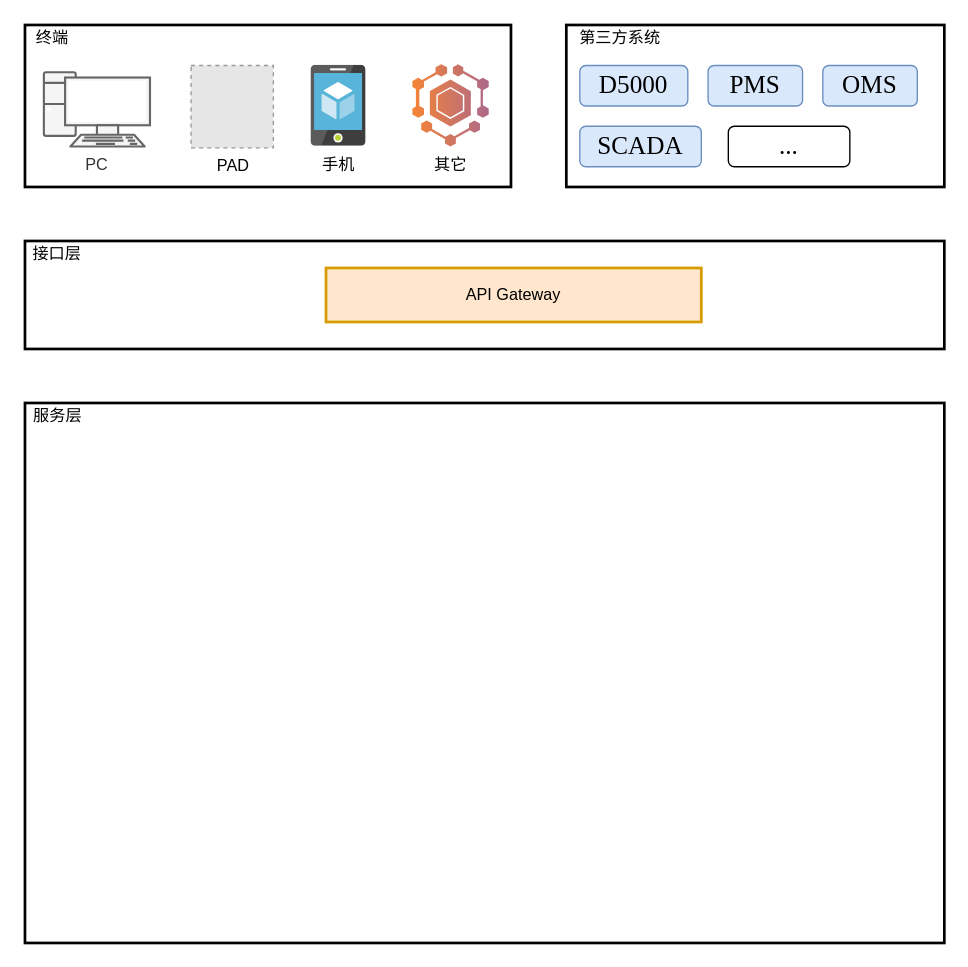
This is 易达智慧运维监控系统v2.0.drawio from wangyufei0807/draw, a draw.io file, before an edit. Source tidied: cells renumbered, new cells numbered last; positions are measured from the earlier drawing's top-left corner, leaving out a move shared by most shapes. Both pictures are drawn from the tidied source at 135%, with x=0, y=0 at pixel (24, 24). Pictures stored in the file or linked from it are replaced by grey dashed boxes.
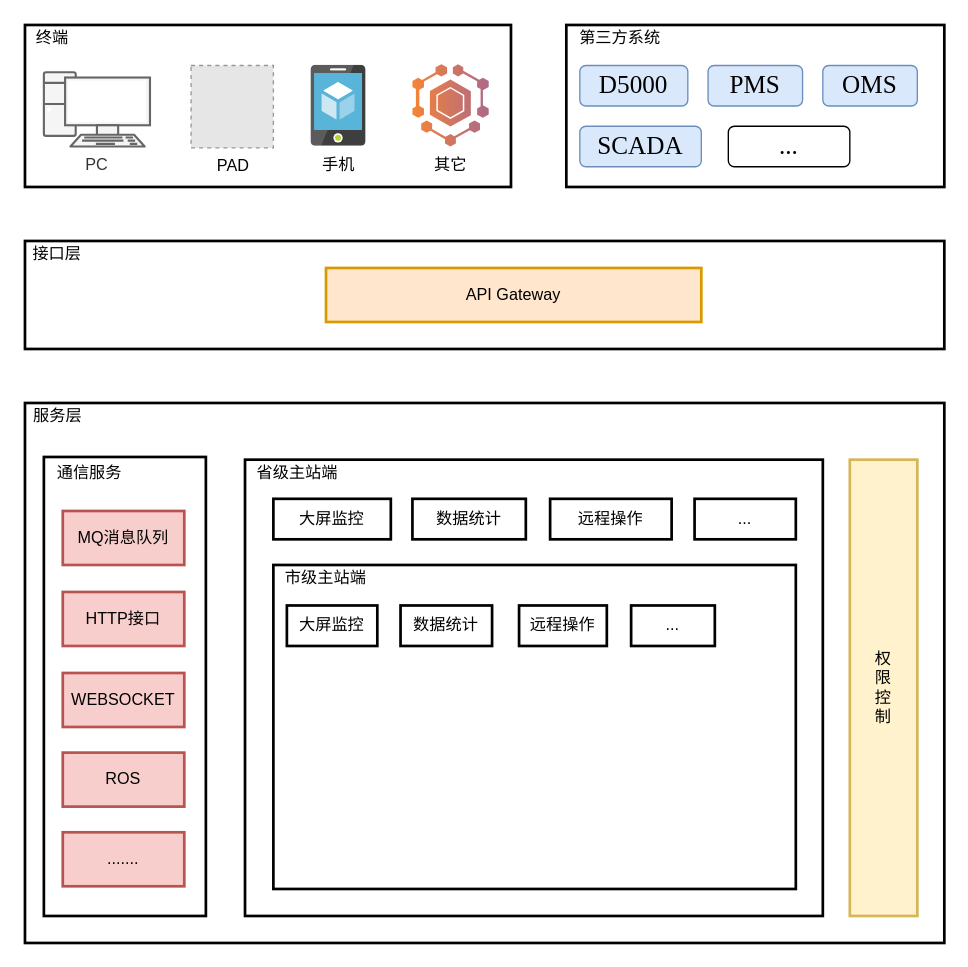
Above is the later version.

Commit message (it also covers changes not shown here):
更新易达智慧运维监控系统v2.0.drawio

Change to the diagram source:
```diff
@@
+    <mxCell id="20" style="rounded=0;whiteSpace=wrap;html=1;labelBackgroundColor=none;strokeWidth=2;fillColor=none;" parent="1" vertex="1">
+      <mxGeometry x="14" y="320" width="120" height="340" as="geometry" />
+    </mxCell>
+    <mxCell id="21" value="通信服务" style="text;html=1;strokeColor=none;fillColor=none;align=center;verticalAlign=middle;whiteSpace=wrap;rounded=0;labelBackgroundColor=none;" parent="1" vertex="1">
+      <mxGeometry x="15" y="322" width="66" height="20" as="geometry" />
+    </mxCell>
+    <mxCell id="22" value="MQ消息队列" style="rounded=0;whiteSpace=wrap;html=1;labelBackgroundColor=none;strokeWidth=2;fillColor=#f8cecc;strokeColor=#b85450;" parent="1" vertex="1">
+      <mxGeometry x="28" y="360" width="90" height="40" as="geometry" />
+    </mxCell>
+    <mxCell id="23" value="HTTP接口" style="rounded=0;whiteSpace=wrap;html=1;labelBackgroundColor=none;strokeWidth=2;fillColor=#f8cecc;strokeColor=#b85450;" parent="1" vertex="1">
+      <mxGeometry x="28" y="420" width="90" height="40" as="geometry" />
+    </mxCell>
+    <mxCell id="24" value="WEBSOCKET" style="rounded=0;whiteSpace=wrap;html=1;labelBackgroundColor=none;strokeWidth=2;fillColor=#f8cecc;strokeColor=#b85450;" parent="1" vertex="1">
+      <mxGeometry x="28" y="480" width="90" height="40" as="geometry" />
+    </mxCell>
+    <mxCell id="25" value="ROS" style="rounded=0;whiteSpace=wrap;html=1;labelBackgroundColor=none;strokeWidth=2;fillColor=#f8cecc;strokeColor=#b85450;" parent="1" vertex="1">
+      <mxGeometry x="28" y="539" width="90" height="40" as="geometry" />
+    </mxCell>
+    <mxCell id="26" value="......." style="rounded=0;whiteSpace=wrap;html=1;labelBackgroundColor=none;strokeWidth=2;fillColor=#f8cecc;strokeColor=#b85450;" parent="1" vertex="1">
+      <mxGeometry x="28" y="598" width="90" height="40" as="geometry" />
+    </mxCell>
+    <mxCell id="27" style="rounded=0;whiteSpace=wrap;html=1;labelBackgroundColor=none;strokeWidth=2;fillColor=none;" parent="1" vertex="1">
+      <mxGeometry x="163" y="322" width="428" height="338" as="geometry" />
+    </mxCell>
+    <mxCell id="28" value="权&lt;br&gt;限&lt;br&gt;控&lt;br&gt;制" style="rounded=0;whiteSpace=wrap;html=1;labelBackgroundColor=none;strokeWidth=2;fillColor=#fff2cc;strokeColor=#d6b656;" parent="1" vertex="1">
+      <mxGeometry x="611" y="322" width="50" height="338" as="geometry" />
+    </mxCell>
+    <mxCell id="29" style="rounded=0;whiteSpace=wrap;html=1;labelBackgroundColor=none;strokeWidth=2;fillColor=none;" parent="1" vertex="1">
+      <mxGeometry x="184" y="400" width="387" height="240" as="geometry" />
+    </mxCell>
+    <mxCell id="30" value="大屏监控" style="rounded=0;whiteSpace=wrap;html=1;labelBackgroundColor=none;strokeWidth=2;fillColor=none;" parent="1" vertex="1">
+      <mxGeometry x="184" y="351" width="87" height="30" as="geometry" />
+    </mxCell>
+    <mxCell id="31" value="省级主站端" style="text;html=1;strokeColor=none;fillColor=none;align=center;verticalAlign=middle;whiteSpace=wrap;rounded=0;labelBackgroundColor=none;" parent="1" vertex="1">
+      <mxGeometry x="163" y="322" width="78" height="20" as="geometry" />
+    </mxCell>
+    <mxCell id="32" value="数据统计" style="rounded=0;whiteSpace=wrap;html=1;labelBackgroundColor=none;strokeWidth=2;fillColor=none;" parent="1" vertex="1">
+      <mxGeometry x="287" y="351" width="84" height="30" as="geometry" />
+    </mxCell>
+    <mxCell id="33" value="远程操作" style="rounded=0;whiteSpace=wrap;html=1;labelBackgroundColor=none;strokeWidth=2;fillColor=none;" parent="1" vertex="1">
+      <mxGeometry x="389" y="351" width="90" height="30" as="geometry" />
+    </mxCell>
+    <mxCell id="34" value="..." style="rounded=0;whiteSpace=wrap;html=1;labelBackgroundColor=none;strokeWidth=2;fillColor=none;" parent="1" vertex="1">
+      <mxGeometry x="496" y="351" width="75" height="30" as="geometry" />
+    </mxCell>
+    <mxCell id="35" value="市级主站端" style="text;html=1;strokeColor=none;fillColor=none;align=center;verticalAlign=middle;whiteSpace=wrap;rounded=0;labelBackgroundColor=none;" parent="1" vertex="1">
+      <mxGeometry x="184" y="400" width="78" height="20" as="geometry" />
+    </mxCell>
+    <mxCell id="36" value="大屏监控" style="rounded=0;whiteSpace=wrap;html=1;labelBackgroundColor=none;strokeWidth=2;fillColor=none;" parent="1" vertex="1">
+      <mxGeometry x="194" y="430" width="67" height="30" as="geometry" />
+    </mxCell>
+    <mxCell id="37" value="数据统计" style="rounded=0;whiteSpace=wrap;html=1;labelBackgroundColor=none;strokeWidth=2;fillColor=none;" parent="1" vertex="1">
+      <mxGeometry x="278.2" y="430" width="67.8" height="30" as="geometry" />
+    </mxCell>
+    <mxCell id="38" value="远程操作" style="rounded=0;whiteSpace=wrap;html=1;labelBackgroundColor=none;strokeWidth=2;fillColor=none;" parent="1" vertex="1">
+      <mxGeometry x="366" y="430" width="65" height="30" as="geometry" />
+    </mxCell>
+    <mxCell id="39" value="..." style="rounded=0;whiteSpace=wrap;html=1;labelBackgroundColor=none;strokeWidth=2;fillColor=none;" parent="1" vertex="1">
+      <mxGeometry x="449" y="430" width="62" height="30" as="geometry" />
+    </mxCell>
```
